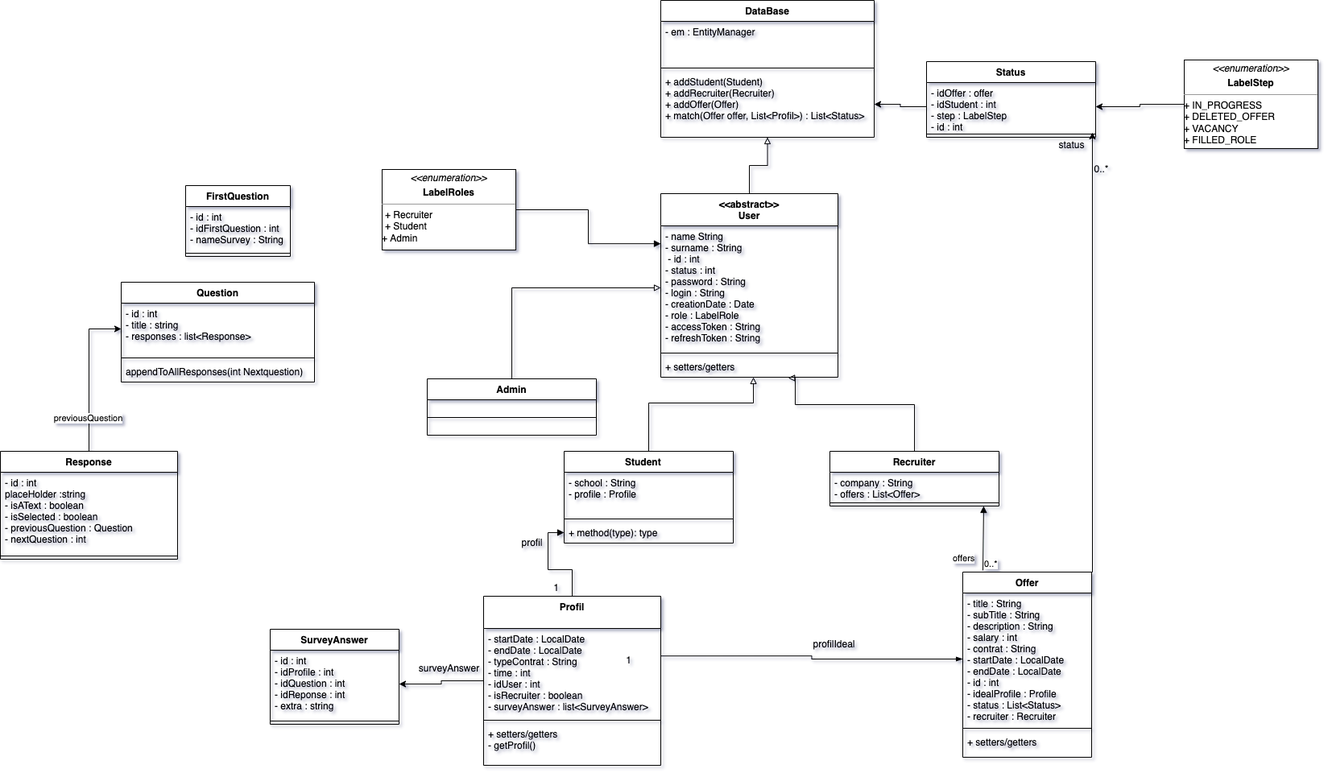
Earlier version of the draw.io export diagrammeClasses.png (Bornord/Job_Shop). Source tidied: cells renumbered, new cells last; positions are measured from the earlier drawing's top-left corner, leaving out a move shared by most shapes.
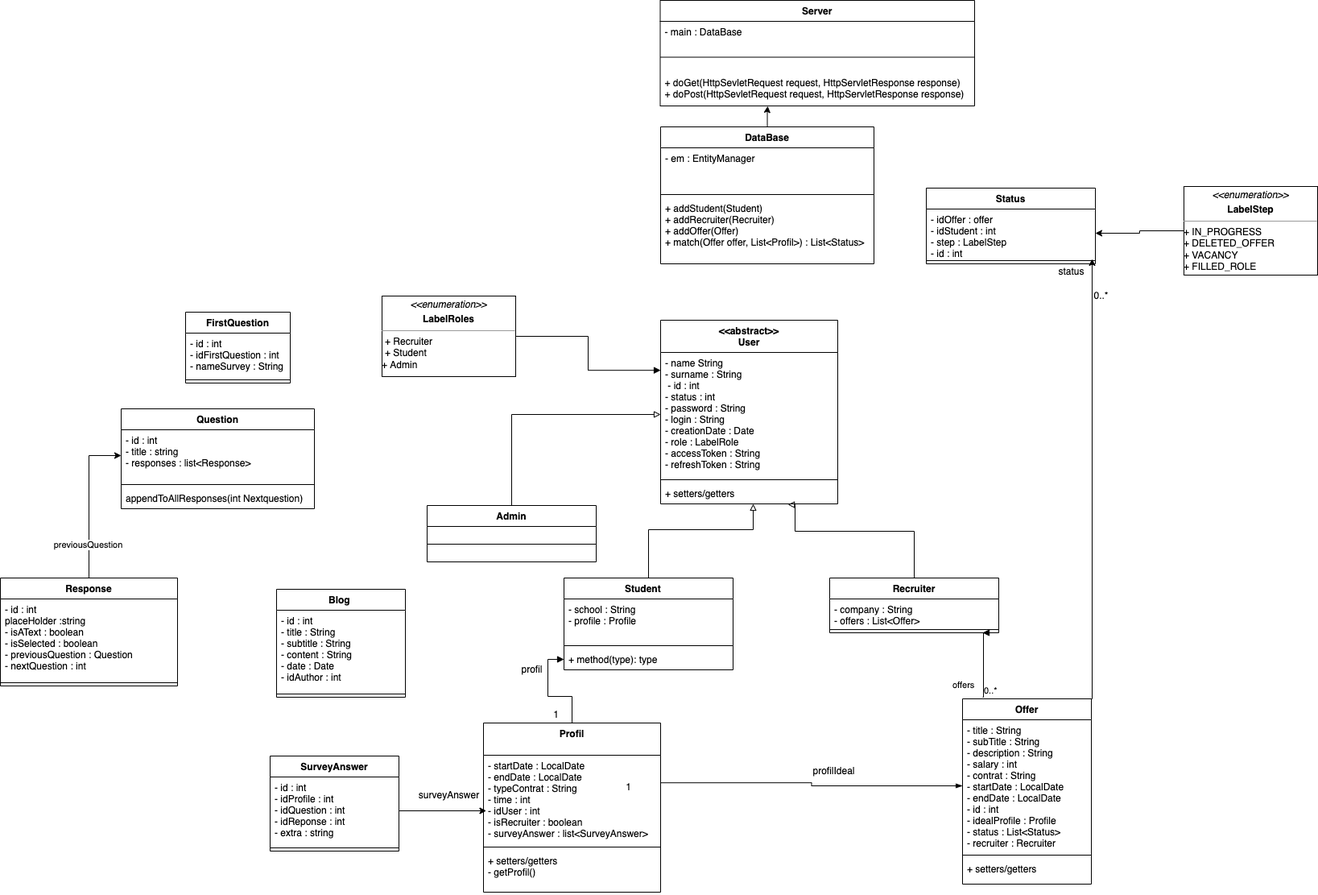
Later version of the same file.

Commit message:
Diagramme de classes

What changed in the source:
```diff
@@ -10,9 +10,6 @@
         </Array>
       </mxGeometry>
     </mxCell>
-    <mxCell id="3" style="edgeStyle=orthogonalEdgeStyle;rounded=0;jettySize=auto;html=1;entryX=0.5;entryY=1;entryDx=0;entryDy=0;endArrow=block;endFill=0;" parent="1" edge="1" source="4" target="37">
-      <mxGeometry relative="1" as="geometry" />
-    </mxCell>
     <mxCell id="4" value="&lt;&lt;abstract&gt;&gt;&#10;User" style="swimlane;fontStyle=1;align=center;verticalAlign=top;horizontal=1;startSize=40;" parent="1" vertex="1">
       <mxGeometry x="820" y="240" width="220" height="228" as="geometry" />
     </mxCell>
@@ -75,9 +72,6 @@
     <mxCell id="21" style="edgeStyle=orthogonalEdgeStyle;rounded=0;jettySize=auto;html=1;endArrow=block;endFill=1;" parent="1" edge="1" source="23" target="11">
       <mxGeometry relative="1" as="geometry" />
     </mxCell>
-    <mxCell id="22" style="edgeStyle=orthogonalEdgeStyle;rounded=0;jettySize=auto;html=1;" parent="1" edge="1" source="23" target="59">
-      <mxGeometry relative="1" as="geometry" />
-    </mxCell>
     <mxCell id="23" value="Profil&#10;" style="swimlane;fontStyle=1;align=center;verticalAlign=top;horizontal=1;startSize=40;" parent="1" vertex="1">
       <mxGeometry x="600" y="740" width="220" height="210" as="geometry" />
     </mxCell>
@@ -120,6 +114,9 @@
     <mxCell id="36" style="line;strokeWidth=1;fillColor=none;align=left;verticalAlign=middle;spacingTop=-1;spacingLeft=3;spacingRight=3;labelPosition=right;" parent="35" vertex="1">
       <mxGeometry y="26" width="210" height="44" as="geometry" />
     </mxCell>
+    <mxCell id="67" style="edgeStyle=orthogonalEdgeStyle;rounded=0;jettySize=auto;html=1;entryX=0.342;entryY=1.004;entryDx=0;entryDy=0;entryPerimeter=0;" parent="1" edge="1" source="37" target="75">
+      <mxGeometry relative="1" as="geometry" />
+    </mxCell>
     <mxCell id="37" value="DataBase" style="swimlane;fontStyle=1;align=center;verticalAlign=top;horizontal=1;startSize=26;" parent="1" vertex="1">
       <mxGeometry x="820" width="265" height="170" as="geometry" />
     </mxCell>
@@ -147,9 +144,6 @@
     <mxCell id="45" value="&lt;p style=&quot;margin: 0px ; margin-top: 4px ; text-align: center&quot;&gt;&lt;i&gt;&amp;lt;&amp;lt;enumeration&amp;gt;&amp;gt;&lt;/i&gt;&lt;b&gt;&lt;br&gt;&lt;/b&gt;&lt;/p&gt;&lt;p style=&quot;margin: 0px ; margin-top: 4px ; text-align: center&quot;&gt;&lt;b&gt;LabelStep&lt;/b&gt;&lt;br&gt;&lt;/p&gt;&lt;hr size=&quot;1&quot;&gt;&lt;div&gt;+ IN_PROGRESS&lt;/div&gt;&lt;div&gt;+ DELETED_OFFER&lt;/div&gt;&lt;div&gt;+ VACANCY&lt;/div&gt;&lt;div&gt;+ FILLED_ROLE&lt;br&gt; &lt;/div&gt;&lt;hr size=&quot;1&quot;&gt;&lt;p style=&quot;margin: 0px ; margin-left: 4px&quot;&gt;&lt;br&gt;&lt;/p&gt;" style="verticalAlign=top;align=left;overflow=fill;fontSize=12;fontFamily=Helvetica;html=1;" parent="1" vertex="1">
       <mxGeometry x="1470" y="74" width="166" height="110" as="geometry" />
     </mxCell>
-    <mxCell id="46" style="edgeStyle=orthogonalEdgeStyle;rounded=0;jettySize=auto;html=1;" parent="1" edge="1" source="42" target="40">
-      <mxGeometry relative="1" as="geometry" />
-    </mxCell>
     <mxCell id="47" value="offers" style="endArrow=block;endFill=1;html=1;edgeStyle=orthogonalEdgeStyle;align=left;verticalAlign=top;rounded=0;" parent="1" edge="1">
       <mxGeometry x="-0.3" y="40" relative="1" as="geometry">
         <mxPoint x="1220" y="708" as="sourcePoint" />
@@ -216,5 +210,34 @@
     <mxCell id="66" value="surveyAnswer" style="text;html=1;align=center;verticalAlign=middle;strokeColor=none;fillColor=none;" parent="1" vertex="1">
       <mxGeometry x="512" y="820" width="90" height="20" as="geometry" />
     </mxCell>
+    <mxCell id="22" style="edgeStyle=orthogonalEdgeStyle;rounded=0;jettySize=auto;html=1;strokeColor=none;entryX=0.009;entryY=0.691;entryDx=0;entryDy=0;entryPerimeter=0;" parent="1" edge="1" source="59" target="24">
+      <mxGeometry relative="1" as="geometry" />
+    </mxCell>
+    <mxCell id="68" style="edgeStyle=orthogonalEdgeStyle;rounded=0;jettySize=auto;html=1;" parent="1" edge="1" source="59">
+      <mxGeometry relative="1" as="geometry">
+        <mxPoint x="603.5" y="849" as="targetPoint" />
+      </mxGeometry>
+    </mxCell>
+    <mxCell id="69" value="Blog " style="swimlane;fontStyle=1;align=center;verticalAlign=top;horizontal=1;startSize=26;" parent="1" vertex="1">
+      <mxGeometry x="343" y="574" width="160" height="134" as="geometry" />
+    </mxCell>
+    <mxCell id="70" value="- id : int&#10;- title : String&#10;- subtitle : String&#10;- content : String&#10;- date : Date&#10;- idAuthor : int" style="text;strokeColor=none;fillColor=none;align=left;verticalAlign=top;spacingLeft=4;spacingRight=4;overflow=hidden;" parent="69" vertex="1">
+      <mxGeometry y="26" width="160" height="100" as="geometry" />
+    </mxCell>
+    <mxCell id="71" style="line;strokeWidth=1;fillColor=none;align=left;verticalAlign=middle;spacingTop=-1;spacingLeft=3;spacingRight=3;labelPosition=right;" parent="69" vertex="1">
+      <mxGeometry y="126" width="160" height="8" as="geometry" />
+    </mxCell>
+    <mxCell id="72" value="Server" style="swimlane;fontStyle=1;align=center;verticalAlign=top;horizontal=1;startSize=26;" parent="1" vertex="1">
+      <mxGeometry x="819.5" y="-157" width="390.5" height="131" as="geometry" />
+    </mxCell>
+    <mxCell id="73" value="- main : DataBase" style="text;strokeColor=none;fillColor=none;align=left;verticalAlign=top;spacingLeft=4;spacingRight=4;overflow=hidden;" parent="72" vertex="1">
+      <mxGeometry y="26" width="390.5" height="26" as="geometry" />
+    </mxCell>
+    <mxCell id="74" style="line;strokeWidth=1;fillColor=none;align=left;verticalAlign=middle;spacingTop=-1;spacingLeft=3;spacingRight=3;labelPosition=right;" parent="72" vertex="1">
+      <mxGeometry y="52" width="390.5" height="37" as="geometry" />
+    </mxCell>
+    <mxCell id="75" value="+ doGet(HttpSevletRequest request, HttpServletResponse response)&#10;+ doPost(HttpSevletRequest request, HttpServletResponse response)" style="text;strokeColor=none;fillColor=none;align=left;verticalAlign=top;spacingLeft=4;spacingRight=4;overflow=hidden;points=[[0,0.5],[1,0.5]];portConstraint=eastwest;" parent="72" vertex="1">
+      <mxGeometry y="89" width="390.5" height="42" as="geometry" />
+    </mxCell>
   </root>
 </mxGraphModel>
```
